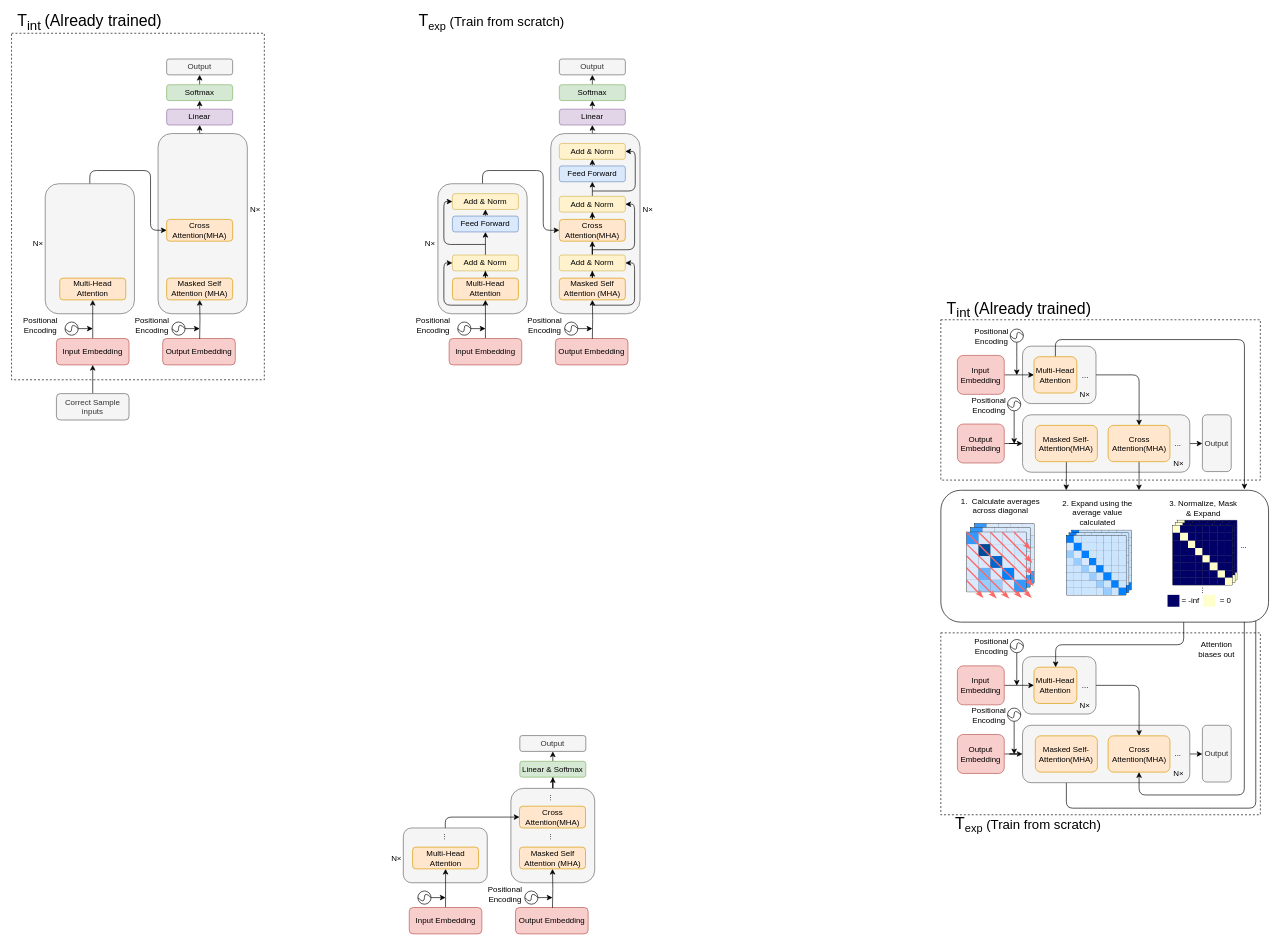
This is graphs/simplifieddiagram.drawio from shaoxiongduan/AttentionBiasCalibration, a draw.io file, before an edit. Source tidied: cells renumbered, new cells numbered last; positions are measured from the earlier drawing's top-left corner, leaving out a move shared by most shapes. Both pictures are drawn from the tidied source at 66%, with x=0, y=0 at pixel (11, 12).
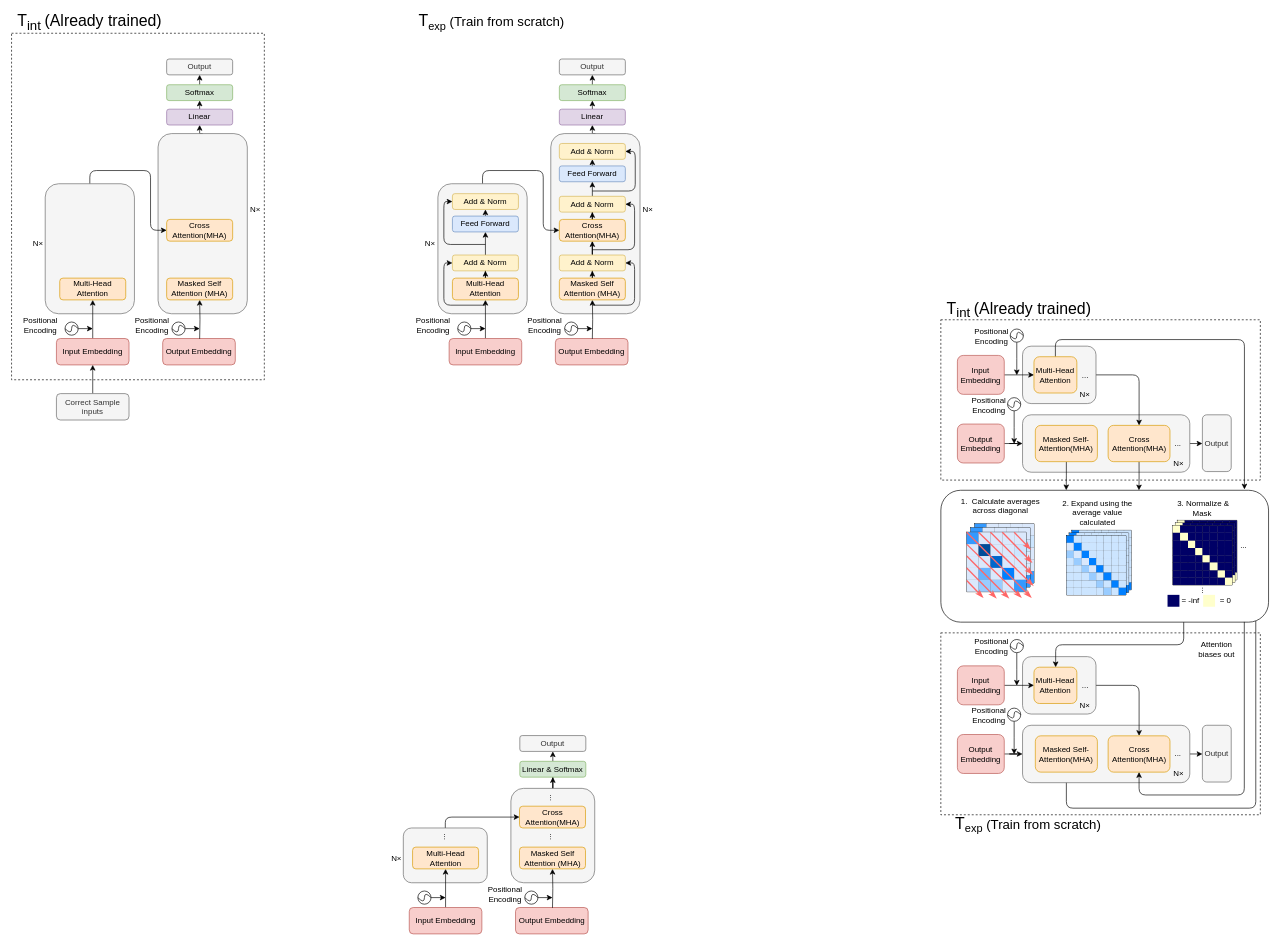
Above is the later version.

The change refers to these unchanged cells:
```xml
<mxCell id="88" style="group;" parent="1" vertex="1">
  <mxGeometry x="1408" y="724.4" width="496.5" height="199.8" as="geometry" />
</mxCell>
```

What changed in the source:
```diff
@@
-    <mxCell id="489" value="3. Normalize, Mask &amp;amp; Expand" style="text;html=1;strokeColor=none;fillColor=none;align=center;verticalAlign=middle;whiteSpace=wrap;rounded=0;" parent="88" vertex="1">
+    <mxCell id="489" value="3. Normalize &amp;amp; Mask&amp;nbsp;" style="text;html=1;strokeColor=none;fillColor=none;align=center;verticalAlign=middle;whiteSpace=wrap;rounded=0;" parent="88" vertex="1">
       <mxGeometry x="340" y="13.1" width="115.5" height="28" as="geometry" />
     </mxCell>
```
